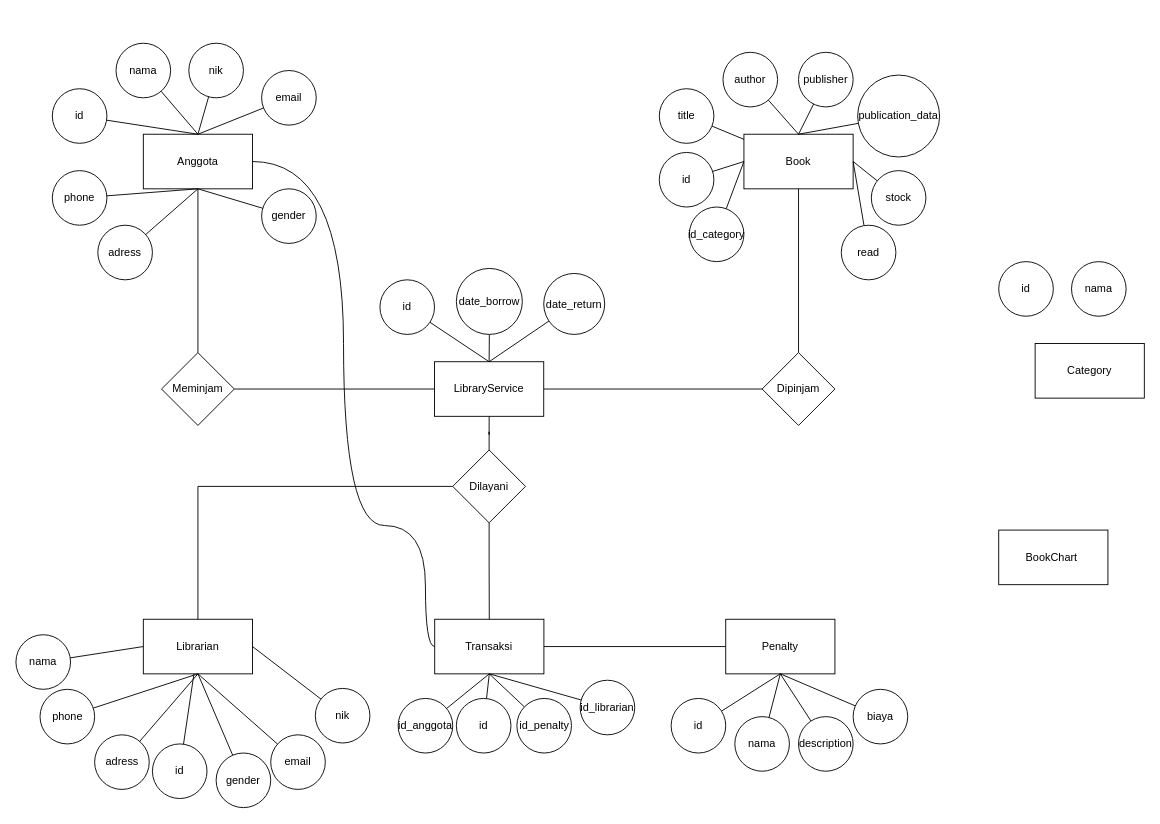
Before: Library.drawio in Syaal/library, a draw.io diagram. Source tidied: cells renumbered, new cells numbered last; positions are measured from the earlier drawing's top-left corner, leaving out a move shared by most shapes. Both pictures are drawn from the tidied source at 91%, with x=0, y=0 at pixel (15, 43).
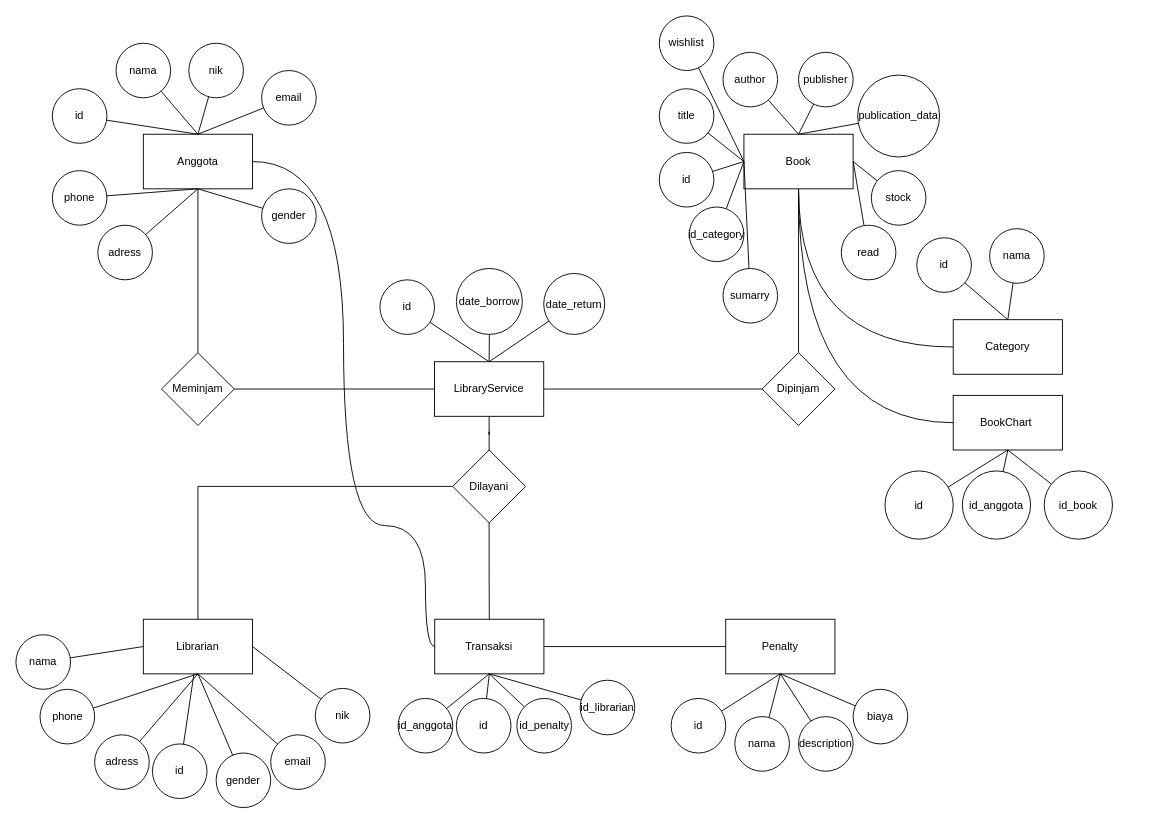
The same diagram, later.

Unchanged cells that the change refers to:
```xml
<mxCell id="7" value="Book" style="rounded=0;whiteSpace=wrap;html=1;" parent="1" vertex="1">
  <mxGeometry x="800" y="100" width="120" height="60" as="geometry" />
</mxCell>
<mxCell id="51" value="title" style="ellipse;whiteSpace=wrap;html=1;" parent="1" vertex="1">
  <mxGeometry x="707" y="50" width="60" height="60" as="geometry" />
</mxCell>
```

The edit, as a diff of the source:
```diff
@@
+    <mxCell id="90" style="edgeStyle=orthogonalEdgeStyle;rounded=0;jettySize=auto;html=1;entryX=0;entryY=0.5;entryDx=0;entryDy=0;curved=1;exitX=0.5;exitY=1;exitDx=0;exitDy=0;endArrow=none;endFill=0;" parent="1" edge="1" source="7" target="8">
+      <mxGeometry relative="1" as="geometry" />
+    </mxCell>
+    <mxCell id="91" style="edgeStyle=orthogonalEdgeStyle;rounded=0;jettySize=auto;html=1;entryX=0;entryY=0.5;entryDx=0;entryDy=0;curved=1;endArrow=none;endFill=0;exitX=0.5;exitY=1;exitDx=0;exitDy=0;" parent="1" edge="1" source="7" target="14">
+      <mxGeometry relative="1" as="geometry" />
+    </mxCell>
@@
     <mxCell id="8" value="Category" style="rounded=0;whiteSpace=wrap;html=1;" parent="1" vertex="1">
-      <mxGeometry x="1120" y="330" width="120" height="60" as="geometry" />
+      <mxGeometry x="1030" y="303.8" width="120" height="60" as="geometry" />
     </mxCell>
@@
     <mxCell id="14" value="BookChart&amp;nbsp;" style="rounded=0;whiteSpace=wrap;html=1;" parent="1" vertex="1">
-      <mxGeometry x="1080" y="535" width="120" height="60" as="geometry" />
+      <mxGeometry x="1030" y="387" width="120" height="60" as="geometry" />
     </mxCell>
@@
-    <mxCell id="50" style="rounded=0;jettySize=auto;html=1;endArrow=none;endFill=0;" parent="1" edge="1" source="51" target="7">
+    <mxCell id="50" style="rounded=0;jettySize=auto;html=1;endArrow=none;endFill=0;entryX=0;entryY=0.5;entryDx=0;entryDy=0;" parent="1" edge="1" source="51" target="7">
       <mxGeometry relative="1" as="geometry" />
     </mxCell>
@@
+    <mxCell id="92" style="rounded=0;jettySize=auto;html=1;entryX=0.5;entryY=0;entryDx=0;entryDy=0;endArrow=none;endFill=0;" parent="1" edge="1" source="86" target="8">
+      <mxGeometry relative="1" as="geometry" />
+    </mxCell>
     <mxCell id="86" value="id" style="ellipse;whiteSpace=wrap;html=1;" parent="1" vertex="1">
-      <mxGeometry x="1080" y="240" width="60" height="60" as="geometry" />
+      <mxGeometry x="990" y="213.8" width="60" height="60" as="geometry" />
     </mxCell>
+    <mxCell id="93" style="rounded=0;jettySize=auto;html=1;entryX=0.5;entryY=0;entryDx=0;entryDy=0;endArrow=none;endFill=0;" parent="1" edge="1" source="87" target="8">
+      <mxGeometry relative="1" as="geometry" />
+    </mxCell>
     <mxCell id="87" value="nama" style="ellipse;whiteSpace=wrap;html=1;" parent="1" vertex="1">
-      <mxGeometry x="1160" y="240" width="60" height="60" as="geometry" />
+      <mxGeometry x="1070" y="203.8" width="60" height="60" as="geometry" />
     </mxCell>
@@
+    <mxCell id="94" style="rounded=0;jettySize=auto;html=1;entryX=0.5;entryY=1;entryDx=0;entryDy=0;endArrow=none;endFill=0;" parent="1" edge="1" source="95" target="14">
+      <mxGeometry relative="1" as="geometry" />
+    </mxCell>
+    <mxCell id="95" value="id" style="ellipse;whiteSpace=wrap;html=1;" parent="1" vertex="1">
+      <mxGeometry x="955" y="470" width="75" height="75" as="geometry" />
+    </mxCell>
+    <mxCell id="96" style="rounded=0;jettySize=auto;html=1;entryX=0.5;entryY=1;entryDx=0;entryDy=0;endArrow=none;endFill=0;" parent="1" edge="1" source="97" target="14">
+      <mxGeometry relative="1" as="geometry" />
+    </mxCell>
+    <mxCell id="97" value="id_anggota" style="ellipse;whiteSpace=wrap;html=1;" parent="1" vertex="1">
+      <mxGeometry x="1040" y="470" width="75" height="75" as="geometry" />
+    </mxCell>
+    <mxCell id="98" style="rounded=0;jettySize=auto;html=1;entryX=0.5;entryY=1;entryDx=0;entryDy=0;endArrow=none;endFill=0;" parent="1" edge="1" source="99" target="14">
+      <mxGeometry relative="1" as="geometry" />
+    </mxCell>
+    <mxCell id="99" value="id_book" style="ellipse;whiteSpace=wrap;html=1;" parent="1" vertex="1">
+      <mxGeometry x="1130" y="470" width="75" height="75" as="geometry" />
+    </mxCell>
+    <mxCell id="100" style="rounded=0;jettySize=auto;html=1;entryX=0;entryY=0.5;entryDx=0;entryDy=0;endArrow=none;endFill=0;" parent="1" edge="1" source="101" target="7">
+      <mxGeometry relative="1" as="geometry" />
+    </mxCell>
+    <mxCell id="101" value="sumarry" style="ellipse;whiteSpace=wrap;html=1;" parent="1" vertex="1">
+      <mxGeometry x="777" y="247.5" width="60" height="60" as="geometry" />
+    </mxCell>
+    <mxCell id="102" style="rounded=0;jettySize=auto;html=1;entryX=0;entryY=0.5;entryDx=0;entryDy=0;endArrow=none;endFill=0;" parent="1" edge="1" source="103" target="7">
+      <mxGeometry relative="1" as="geometry" />
+    </mxCell>
+    <mxCell id="103" value="wishlist" style="ellipse;whiteSpace=wrap;html=1;" parent="1" vertex="1">
+      <mxGeometry x="707" y="-30" width="60" height="60" as="geometry" />
+    </mxCell>
```
